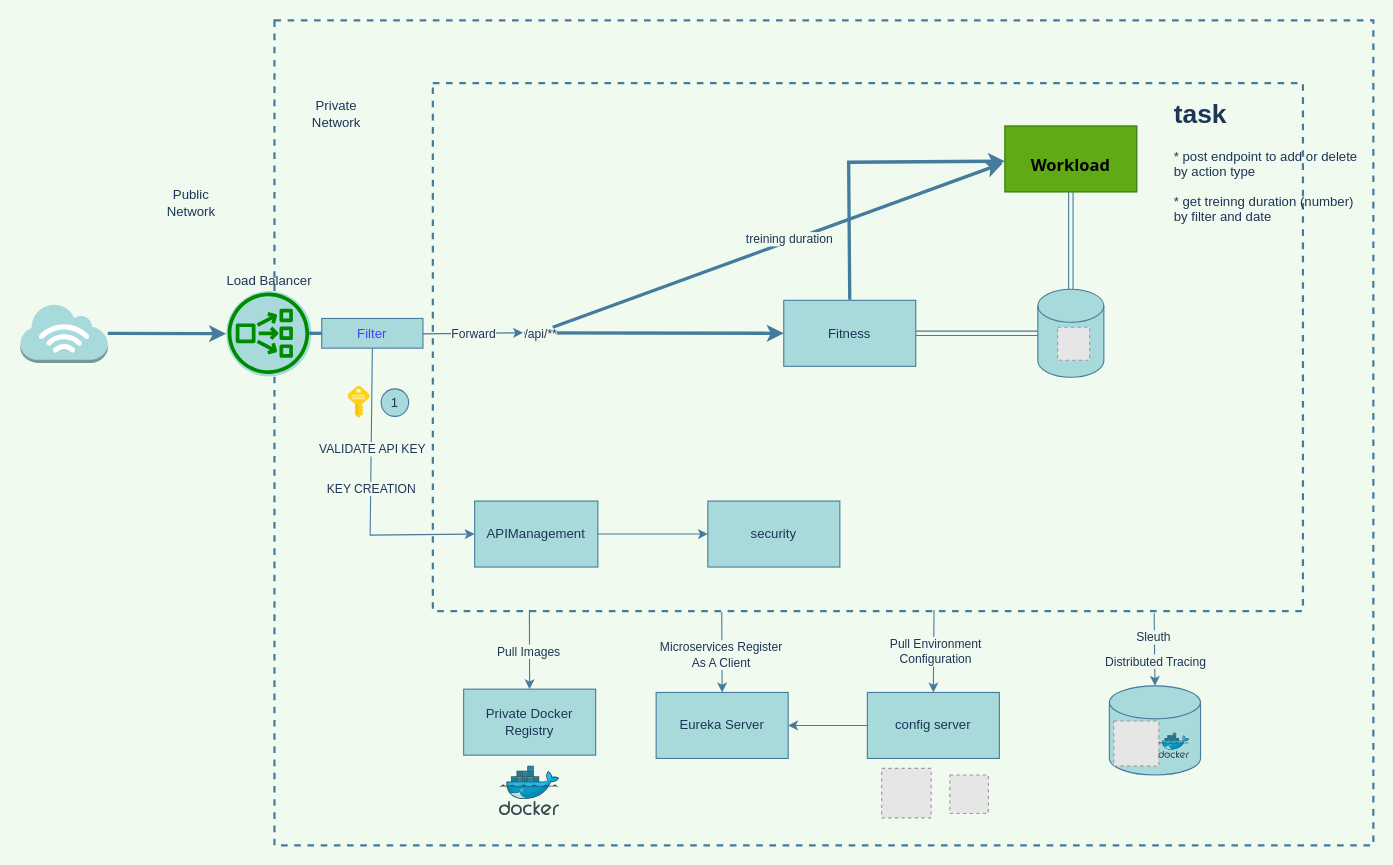
Above: diagrams.drawio in komilovqudratjon/epam-microservices (draw.io), before the change. Source tidied: cells renumbered, new cells numbered last; positions are measured from the earlier drawing's top-left corner, leaving out a move shared by most shapes. Both pictures are drawn from the tidied source at 110%, with x=0, y=0 at pixel (20, 20). Pictures stored in the file or linked from it are replaced by grey dashed boxes.
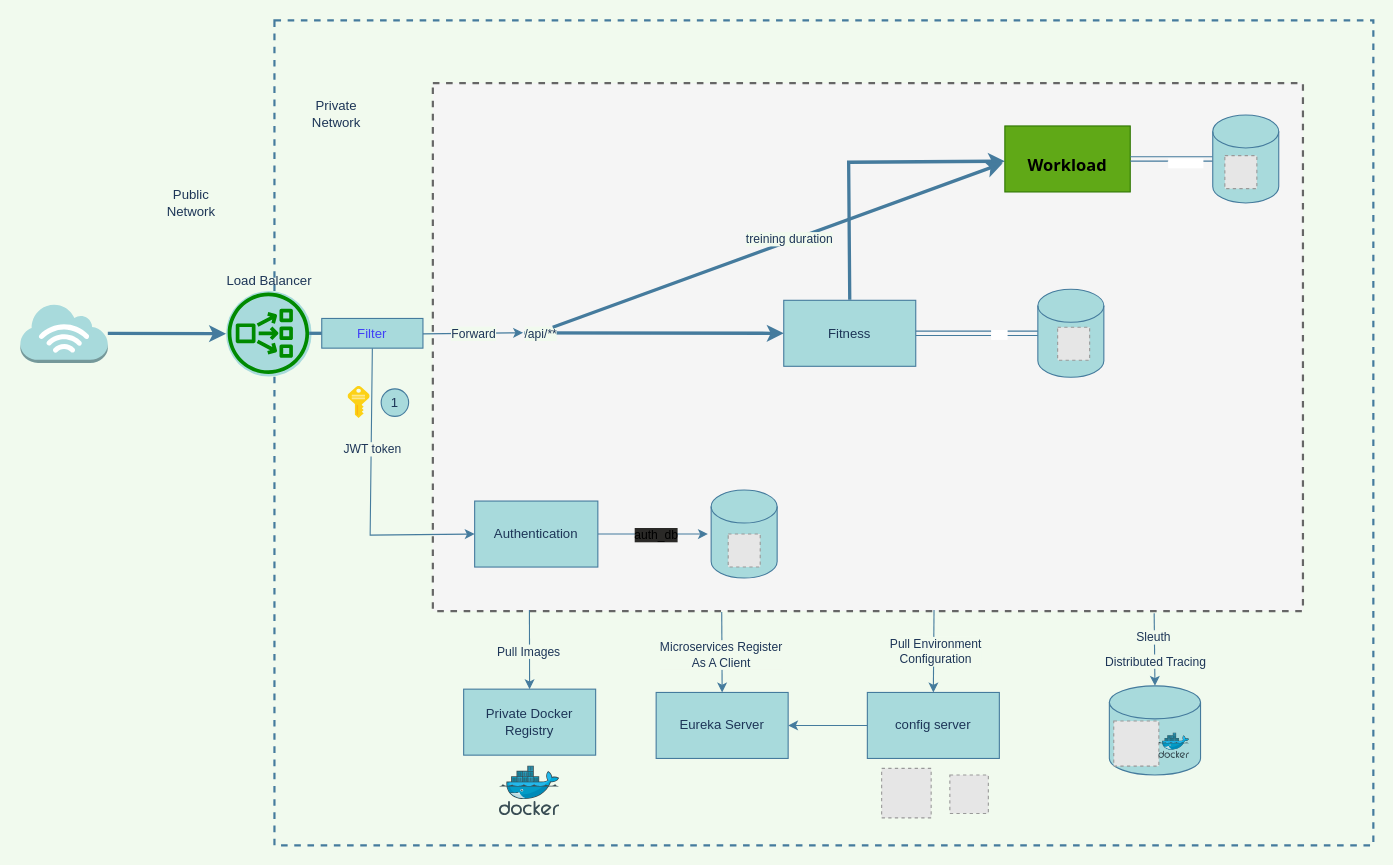
Above is the later version.

Unchanged cells that the change refers to:
```xml
<mxCell id="5" style="edgeStyle=none;html=1;exitX=1;exitY=0.5;exitDx=0;exitDy=0;entryX=0;entryY=0.5;entryDx=0;entryDy=0;entryPerimeter=0;startArrow=none;startFill=0;endArrow=none;endFill=0;strokeWidth=1;shape=link;rounded=0;labelBackgroundColor=#F1FAEE;strokeColor=#457B9D;fontColor=#1D3557;" parent="1" edge="1" source="6" target="7">
  <mxGeometry relative="1" as="geometry" />
</mxCell>
<mxCell id="7" style="shape=cylinder3;whiteSpace=wrap;html=1;boundedLbl=1;backgroundOutline=1;size=15;rounded=0;fillColor=#A8DADC;strokeColor=#457B9D;fontColor=#1D3557;" parent="1" vertex="1">
  <mxGeometry x="925" y="244.5" width="60" height="80" as="geometry" />
</mxCell>
<mxCell id="37" style="edgeStyle=none;html=1;exitX=0.5;exitY=1;exitDx=0;exitDy=0;entryX=0;entryY=0.5;entryDx=0;entryDy=0;rounded=0;labelBackgroundColor=#F1FAEE;strokeColor=#457B9D;fontColor=#1D3557;" parent="1" edge="1" source="44" target="41">
  <mxGeometry relative="1" as="geometry">
    <Array as="points">
      <mxPoint x="318" y="468" />
    </Array>
  </mxGeometry>
</mxCell>
```

Diff of the diagram source:
```diff
@@
-    <mxCell id="3" style="rounded=0;whiteSpace=wrap;html=1;fontStyle=1;fillColor=none;strokeWidth=2;dashed=1;strokeColor=#457B9D;fontColor=#1D3557;" parent="1" vertex="1">
+    <mxCell id="3" style="rounded=0;whiteSpace=wrap;html=1;fontStyle=1;fillColor=#f5f5f5;strokeWidth=2;dashed=1;strokeColor=#666666;fontColor=none;noLabel=1;" parent="1" vertex="1">
       <mxGeometry x="375" y="57" width="791" height="480" as="geometry" />
     </mxCell>
@@
+    <mxCell id="54" value="&lt;font color=&quot;#ffffff&quot;&gt;gym&lt;/font&gt;" style="edgeLabel;html=1;align=center;verticalAlign=middle;fontSize=8;fontColor=none;" parent="5" vertex="1">
+      <mxGeometry x="0.35" y="-1" relative="1" as="geometry" />
+    </mxCell>
@@
     <mxCell id="33" value="&lt;h3 style=&quot;border: 0px solid rgb(217, 217, 227); box-sizing: border-box; --tw-border-spacing-x: 0; --tw-border-spacing-y: 0; --tw-translate-x: 0; --tw-translate-y: 0; --tw-rotate: 0; --tw-skew-x: 0; --tw-skew-y: 0; --tw-scale-x: 1; --tw-scale-y: 1; --tw-pan-x: ; --tw-pan-y: ; --tw-pinch-zoom: ; --tw-scroll-snap-strictness: proximity; --tw-gradient-from-position: ; --tw-gradient-via-position: ; --tw-gradient-to-position: ; --tw-ordinal: ; --tw-slashed-zero: ; --tw-numeric-figure: ; --tw-numeric-spacing: ; --tw-numeric-fraction: ; --tw-ring-inset: ; --tw-ring-offset-width: 0px; --tw-ring-offset-color: #fff; --tw-ring-color: rgba(69,89,164,0.5); --tw-ring-offset-shadow: 0 0 transparent; --tw-ring-shadow: 0 0 transparent; --tw-shadow: 0 0 transparent; --tw-shadow-colored: 0 0 transparent; --tw-blur: ; --tw-brightness: ; --tw-contrast: ; --tw-grayscale: ; --tw-hue-rotate: ; --tw-invert: ; --tw-saturate: ; --tw-sepia: ; --tw-drop-shadow: ; --tw-backdrop-blur: ; --tw-backdrop-brightness: ; --tw-backdrop-contrast: ; --tw-backdrop-grayscale: ; --tw-backdrop-hue-rotate: ; --tw-backdrop-invert: ; --tw-backdrop-opacity: ; --tw-backdrop-saturate: ; --tw-backdrop-sepia: ; font-size: 1.25em; margin: 1rem 0px 0.5rem; line-height: 1.6; font-family: Söhne, ui-sans-serif, system-ui, -apple-system, &amp;quot;Segoe UI&amp;quot;, Roboto, Ubuntu, Cantarell, &amp;quot;Noto Sans&amp;quot;, sans-serif, &amp;quot;Helvetica Neue&amp;quot;, Arial, &amp;quot;Apple Color Emoji&amp;quot;, &amp;quot;Segoe UI Emoji&amp;quot;, &amp;quot;Segoe UI Symbol&amp;quot;, &amp;quot;Noto Color Emoji&amp;quot;; text-align: start;&quot;&gt;Workload&lt;/h3&gt;" style="rounded=0;whiteSpace=wrap;html=1;fillColor=#60a917;strokeColor=#2D7600;fontColor=default;labelBackgroundColor=none;" parent="1" vertex="1">
-      <mxGeometry x="895" y="96" width="120" height="60" as="geometry" />
+      <mxGeometry x="895" y="96" width="114" height="60" as="geometry" />
     </mxCell>
@@
-    <mxCell id="38" value="VALIDATE API KEY" style="edgeLabel;html=1;align=center;verticalAlign=middle;rounded=0;labelBackgroundColor=#F1FAEE;fontColor=#1D3557;" parent="37" vertex="1">
+    <mxCell id="38" value="JWT token" style="edgeLabel;html=1;align=center;verticalAlign=middle;rounded=0;labelBackgroundColor=#F1FAEE;fontColor=#1D3557;" parent="37" vertex="1">
       <mxGeometry x="-0.38" relative="1" as="geometry">
         <mxPoint y="10" as="offset" />
       </mxGeometry>
     </mxCell>
@@
-    <mxCell id="40" style="edgeStyle=orthogonalEdgeStyle;rounded=0;jettySize=auto;html=1;labelBackgroundColor=#F1FAEE;strokeColor=#457B9D;fontColor=#1D3557;" parent="1" edge="1" source="41" target="53">
-      <mxGeometry relative="1" as="geometry" />
+    <mxCell id="40" style="edgeStyle=orthogonalEdgeStyle;rounded=0;jettySize=auto;html=1;labelBackgroundColor=#F1FAEE;strokeColor=#457B9D;fontColor=none;noLabel=1;" parent="1" edge="1" source="41">
+      <mxGeometry relative="1" as="geometry">
+        <mxPoint x="625" y="467" as="targetPoint" />
+      </mxGeometry>
     </mxCell>
+    <mxCell id="55" value="auth_db" style="edgeLabel;html=1;align=center;verticalAlign=middle;labelBackgroundColor=#2A2927;" parent="40" vertex="1">
+      <mxGeometry x="0.39" relative="1" as="geometry">
+        <mxPoint x="-17" as="offset" />
+      </mxGeometry>
+    </mxCell>
-    <mxCell id="41" value="APIManagement" style="rounded=0;whiteSpace=wrap;html=1;fillColor=#A8DADC;strokeColor=#457B9D;fontColor=#1D3557;" parent="1" vertex="1">
+    <mxCell id="41" value="Authentication" style="rounded=0;whiteSpace=wrap;html=1;fillColor=#A8DADC;strokeColor=#457B9D;fontColor=#1D3557;" parent="1" vertex="1">
       <mxGeometry x="413" y="437" width="112" height="60" as="geometry" />
     </mxCell>
@@
-    <mxCell id="43" value="KEY CREATION" style="edgeLabel;html=1;align=center;verticalAlign=middle;rounded=0;labelBackgroundColor=#F1FAEE;fontColor=#1D3557;" parent="1" vertex="1">
-      <mxGeometry x="318" y="425" as="geometry" />
-    </mxCell>
@@
-    <mxCell id="49" style="edgeStyle=none;html=1;entryX=0.5;entryY=0;entryDx=0;entryDy=0;entryPerimeter=0;startArrow=none;startFill=0;endArrow=none;endFill=0;strokeWidth=1;shape=link;rounded=0;labelBackgroundColor=#F1FAEE;strokeColor=#457B9D;fontColor=#1D3557;" parent="1" edge="1" source="33" target="7">
+    <mxCell id="49" style="edgeStyle=none;html=1;startArrow=none;startFill=0;endArrow=none;endFill=0;strokeWidth=1;shape=link;rounded=0;labelBackgroundColor=#F1FAEE;strokeColor=#457B9D;fontColor=#1D3557;entryX=0;entryY=0.5;entryDx=0;entryDy=0;entryPerimeter=0;" parent="1" edge="1" source="33" target="59">
       <mxGeometry relative="1" as="geometry" />
     </mxCell>
-    <mxCell id="50" value="&lt;h1&gt;task&lt;/h1&gt;&lt;p&gt;* post endpoint to add or delete by action type&amp;nbsp;&lt;/p&gt;&lt;p&gt;* get treinng duration (number) by filter and date&amp;nbsp;&lt;/p&gt;" style="text;html=1;strokeColor=none;fillColor=none;spacing=5;spacingTop=-20;whiteSpace=wrap;overflow=hidden;rounded=0;fontColor=#1D3557;" parent="1" vertex="1">
-      <mxGeometry x="1044" y="65.5" width="186" height="131" as="geometry" />
-    </mxCell>
+    <mxCell id="56" value="workload" style="edgeLabel;html=1;align=center;verticalAlign=middle;fontSize=8;fontColor=#FFFFFF;" parent="49" vertex="1">
+      <mxGeometry x="0.3" y="-3" relative="1" as="geometry" />
+    </mxCell>
@@
-    <mxCell id="53" value="security" style="rounded=0;whiteSpace=wrap;html=1;fillColor=#A8DADC;strokeColor=#457B9D;fontColor=#1D3557;" parent="1" vertex="1">
-      <mxGeometry x="625" y="437" width="120" height="60" as="geometry" />
-    </mxCell>
+    <mxCell id="57" style="shape=cylinder3;whiteSpace=wrap;html=1;boundedLbl=1;backgroundOutline=1;size=15;rounded=0;fillColor=#A8DADC;strokeColor=#457B9D;fontColor=#1D3557;" parent="1" vertex="1">
+      <mxGeometry x="628" y="427" width="60" height="80" as="geometry" />
+    </mxCell>
+    <mxCell id="58" style="fillColor=#E6E6E6;strokeColor=#999999;dashed=1;verticalLabelPosition=bottom;labelBackgroundColor=#F1FAEE;verticalAlign=top;fontColor=#1D3557;" parent="1" vertex="1">
+      <mxGeometry x="643.5" y="467" width="29.1" height="30" as="geometry" />
+    </mxCell>
+    <mxCell id="59" style="shape=cylinder3;whiteSpace=wrap;html=1;boundedLbl=1;backgroundOutline=1;size=15;rounded=0;fillColor=#A8DADC;strokeColor=#457B9D;fontColor=#1D3557;" parent="1" vertex="1">
+      <mxGeometry x="1084" y="86" width="60" height="80" as="geometry" />
+    </mxCell>
+    <mxCell id="60" style="fillColor=#E6E6E6;strokeColor=#999999;dashed=1;verticalLabelPosition=bottom;labelBackgroundColor=#F1FAEE;verticalAlign=top;fontColor=#1D3557;" parent="1" vertex="1">
+      <mxGeometry x="1095" y="123" width="29.1" height="30" as="geometry" />
+    </mxCell>
```
